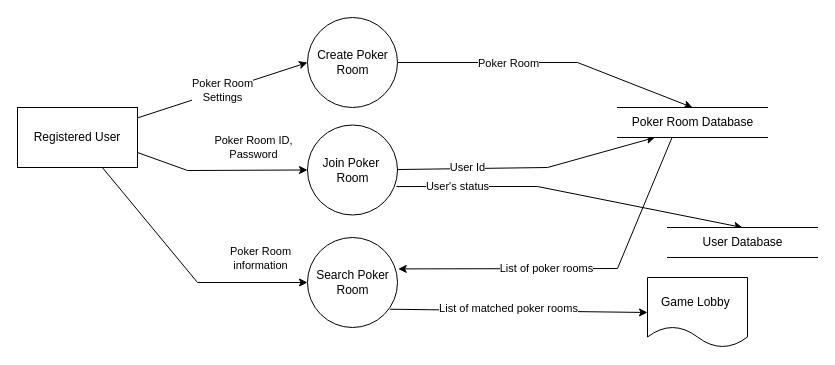
Before: Diagrams/PokerRoom_DFD.drawio in isaac621/PokerLink, a draw.io diagram. Source tidied: cells renumbered, new cells numbered last; positions are measured from the earlier drawing's top-left corner, leaving out a move shared by most shapes. Both pictures are drawn from the tidied source at 100%, with x=0, y=0 at pixel (17, 17).
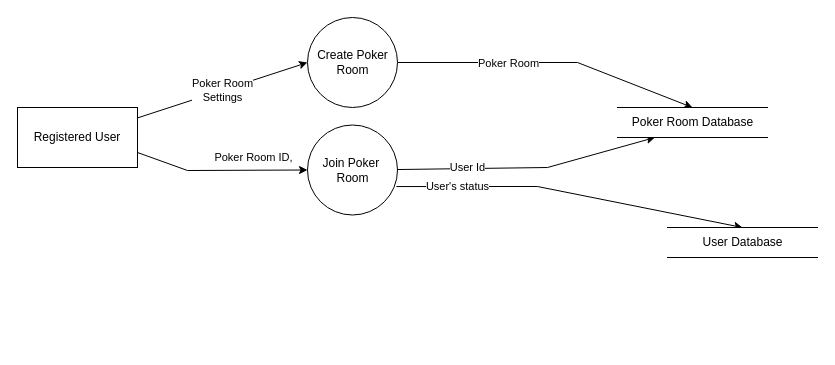
After the change.

The change refers to these unchanged cells:
```xml
<mxCell id="3" style="edgeStyle=none;rounded=0;jettySize=auto;html=1;entryX=0;entryY=0.5;entryDx=0;entryDy=0;exitX=1;exitY=0.75;exitDx=0;exitDy=0;" parent="1" edge="1" source="7" target="14">
  <mxGeometry relative="1" as="geometry">
    <Array as="points">
      <mxPoint x="170" y="153" />
    </Array>
  </mxGeometry>
</mxCell>
<mxCell id="7" value="Registered User" style="whiteSpace=wrap;html=1;" parent="1" vertex="1">
  <mxGeometry y="90" width="120" height="60" as="geometry" />
</mxCell>
<mxCell id="19" value="Poker Room Database" style="html=1;dashed=0;whitespace=wrap;shape=partialRectangle;right=0;left=0;" parent="1" vertex="1">
  <mxGeometry x="600" y="90" width="150" height="30" as="geometry" />
</mxCell>
```

Diff of the diagram source:
```diff
@@
-    <mxCell id="4" value="Poker Room ID,&lt;br&gt;Password" style="edgeLabel;html=1;align=center;verticalAlign=middle;" parent="3" vertex="1">
+    <mxCell id="4" value="Poker Room ID,&lt;br&gt;" style="edgeLabel;html=1;align=center;verticalAlign=middle;" parent="3" vertex="1">
       <mxGeometry x="0.17" y="-2" relative="1" as="geometry">
-        <mxPoint x="18" y="-25" as="offset" />
+        <mxPoint x="18" y="-15" as="offset" />
       </mxGeometry>
     </mxCell>
-    <mxCell id="5" style="edgeStyle=none;rounded=0;jettySize=auto;html=1;entryX=0;entryY=0.5;entryDx=0;entryDy=0;" parent="1" edge="1" source="7" target="17">
-      <mxGeometry relative="1" as="geometry">
-        <Array as="points">
-          <mxPoint x="180" y="265" />
-        </Array>
-      </mxGeometry>
-    </mxCell>
-    <mxCell id="6" value="Poker Room&lt;br&gt;information" style="edgeLabel;html=1;align=center;verticalAlign=middle;" parent="5" vertex="1">
-      <mxGeometry x="0.55" y="2" relative="1" as="geometry">
-        <mxPoint x="11" y="-23" as="offset" />
-      </mxGeometry>
-    </mxCell>
@@
-    <mxCell id="15" style="edgeStyle=none;rounded=0;jettySize=auto;html=1;entryX=0;entryY=0.5;entryDx=0;entryDy=0;exitX=0.916;exitY=0.797;exitDx=0;exitDy=0;exitPerimeter=0;" parent="1" edge="1" source="17" target="20">
-      <mxGeometry relative="1" as="geometry" />
-    </mxCell>
-    <mxCell id="16" value="List of matched poker rooms" style="edgeLabel;html=1;align=center;verticalAlign=middle;" parent="15" vertex="1">
-      <mxGeometry x="-0.59" y="2" relative="1" as="geometry">
-        <mxPoint x="65" as="offset" />
-      </mxGeometry>
-    </mxCell>
-    <mxCell id="17" value="Search Poker&lt;br&gt;Room" style="shape=ellipse;html=1;dashed=0;whitespace=wrap;perimeter=ellipsePerimeter;" parent="1" vertex="1">
-      <mxGeometry x="290" y="220" width="90" height="90" as="geometry" />
-    </mxCell>
-    <mxCell id="18" value="List of poker rooms" style="edgeStyle=none;rounded=0;jettySize=auto;html=1;entryX=1.008;entryY=0.349;entryDx=0;entryDy=0;exitX=0.364;exitY=0.996;exitDx=0;exitDy=0;exitPerimeter=0;entryPerimeter=0;" parent="1" edge="1" source="19" target="17">
-      <mxGeometry x="0.18" relative="1" as="geometry">
-        <Array as="points">
-          <mxPoint x="600" y="251" />
-        </Array>
-      </mxGeometry>
-    </mxCell>
@@
-    <mxCell id="20" value="Game Lobby&amp;nbsp;&lt;br&gt;" style="shape=document;whiteSpace=wrap;html=1;boundedLbl=1;dashed=0;flipH=1;" parent="1" vertex="1">
-      <mxGeometry x="630" y="260" width="100" height="70" as="geometry" />
-    </mxCell>
```
